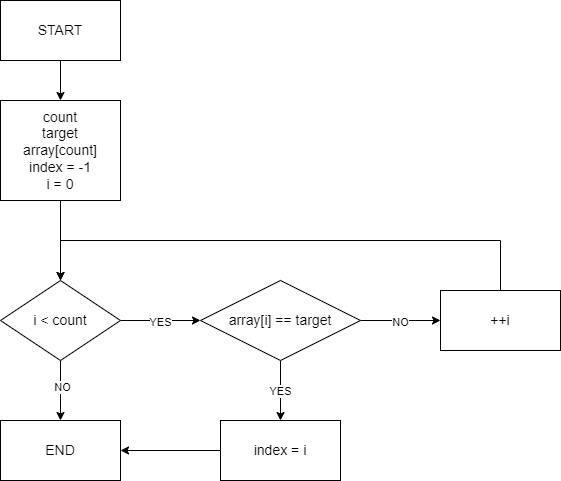
KATEHOK/par_prog-2 keeps this draw.io diagram as diagram/algorithm.png. Above is the earlier version. Source tidied: cells renumbered, new cells last; positions are measured from the earlier drawing's top-left corner, leaving out a move shared by most shapes. Its diagram source:
```xml
<mxGraphModel>
  <root>
    <mxCell id="0" />
    <mxCell id="1" parent="0" />
    <mxCell id="2" style="edgeStyle=orthogonalEdgeStyle;rounded=0;jettySize=auto;html=1;" parent="1" edge="1" source="3" target="5">
      <mxGeometry relative="1" as="geometry" />
    </mxCell>
    <mxCell id="3" value="&lt;font style=&quot;font-size: 14px;&quot;&gt;START&lt;/font&gt;" style="rounded=0;whiteSpace=wrap;html=1;" parent="1" vertex="1">
      <mxGeometry width="120" height="60" as="geometry" />
    </mxCell>
    <mxCell id="4" style="edgeStyle=orthogonalEdgeStyle;rounded=0;jettySize=auto;html=1;" parent="1" edge="1" source="5" target="10">
      <mxGeometry relative="1" as="geometry" />
    </mxCell>
    <mxCell id="5" value="&lt;font style=&quot;font-size: 14px;&quot;&gt;count&lt;br&gt;target&lt;br&gt;array[count]&lt;br&gt;index = -1&lt;br&gt;i = 0&lt;/font&gt;" style="rounded=0;whiteSpace=wrap;html=1;" parent="1" vertex="1">
      <mxGeometry y="100" width="120" height="100" as="geometry" />
    </mxCell>
    <mxCell id="6" style="edgeStyle=orthogonalEdgeStyle;rounded=0;jettySize=auto;html=1;" parent="1" edge="1" source="10" target="15">
      <mxGeometry relative="1" as="geometry" />
    </mxCell>
    <mxCell id="7" value="YES" style="edgeLabel;html=1;align=center;verticalAlign=middle;" parent="6" vertex="1">
      <mxGeometry x="-0.03" y="-1" relative="1" as="geometry" />
    </mxCell>
    <mxCell id="8" style="edgeStyle=orthogonalEdgeStyle;rounded=0;jettySize=auto;html=1;" parent="1" edge="1" source="10" target="20">
      <mxGeometry relative="1" as="geometry" />
    </mxCell>
    <mxCell id="9" value="NO" style="edgeLabel;html=1;align=center;verticalAlign=middle;" parent="8" vertex="1">
      <mxGeometry x="-0.13" y="1" relative="1" as="geometry" />
    </mxCell>
    <mxCell id="10" value="&lt;font style=&quot;font-size: 14px;&quot;&gt;i &amp;lt; count&lt;/font&gt;" style="rhombus;whiteSpace=wrap;html=1;" parent="1" vertex="1">
      <mxGeometry y="280" width="120" height="80" as="geometry" />
    </mxCell>
    <mxCell id="11" style="edgeStyle=orthogonalEdgeStyle;rounded=0;jettySize=auto;html=1;" parent="1" edge="1" source="15" target="17">
      <mxGeometry relative="1" as="geometry" />
    </mxCell>
    <mxCell id="12" value="NO" style="edgeLabel;html=1;align=center;verticalAlign=middle;" parent="11" vertex="1">
      <mxGeometry x="-0.03" y="-1" relative="1" as="geometry" />
    </mxCell>
    <mxCell id="13" style="edgeStyle=orthogonalEdgeStyle;rounded=0;jettySize=auto;html=1;" parent="1" edge="1" source="15" target="19">
      <mxGeometry relative="1" as="geometry" />
    </mxCell>
    <mxCell id="14" value="YES" style="edgeLabel;html=1;align=center;verticalAlign=middle;" parent="13" vertex="1">
      <mxGeometry y="-1" relative="1" as="geometry" />
    </mxCell>
    <mxCell id="15" value="&lt;font style=&quot;font-size: 14px;&quot;&gt;array[i] == target&lt;/font&gt;" style="rhombus;whiteSpace=wrap;html=1;" parent="1" vertex="1">
      <mxGeometry x="200" y="280" width="160" height="80" as="geometry" />
    </mxCell>
    <mxCell id="16" style="edgeStyle=orthogonalEdgeStyle;rounded=0;jettySize=auto;html=1;exitX=0.5;exitY=0;exitDx=0;exitDy=0;entryX=0.5;entryY=0;entryDx=0;entryDy=0;" parent="1" edge="1" source="17" target="10">
      <mxGeometry relative="1" as="geometry">
        <Array as="points">
          <mxPoint x="500" y="240" />
          <mxPoint x="60" y="240" />
        </Array>
      </mxGeometry>
    </mxCell>
    <mxCell id="17" value="&lt;font style=&quot;font-size: 14px;&quot;&gt;++i&lt;/font&gt;" style="rounded=0;whiteSpace=wrap;html=1;" parent="1" vertex="1">
      <mxGeometry x="440" y="290" width="120" height="60" as="geometry" />
    </mxCell>
    <mxCell id="18" style="edgeStyle=orthogonalEdgeStyle;rounded=0;jettySize=auto;html=1;" parent="1" edge="1" source="19" target="20">
      <mxGeometry relative="1" as="geometry" />
    </mxCell>
    <mxCell id="19" value="&lt;font style=&quot;font-size: 14px;&quot;&gt;index = i&lt;/font&gt;" style="rounded=0;whiteSpace=wrap;html=1;" parent="1" vertex="1">
      <mxGeometry x="220" y="420" width="120" height="60" as="geometry" />
    </mxCell>
    <mxCell id="20" value="&lt;font style=&quot;font-size: 14px;&quot;&gt;END&lt;/font&gt;" style="rounded=0;whiteSpace=wrap;html=1;" parent="1" vertex="1">
      <mxGeometry y="420" width="120" height="60" as="geometry" />
    </mxCell>
  </root>
</mxGraphModel>
```
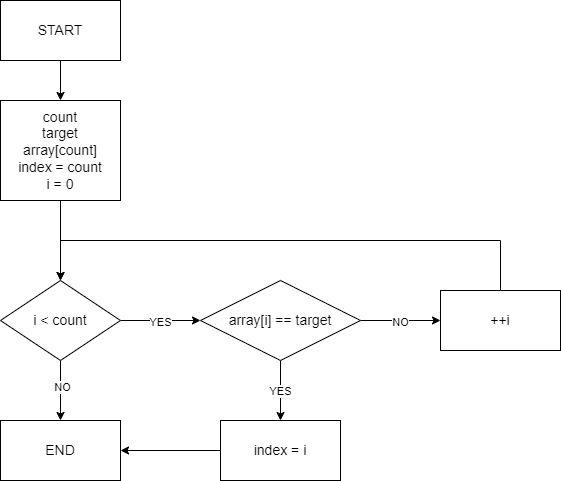
Above is the later version.

What changed in the source:
```diff
@@ -11,7 +11,7 @@
     <mxCell id="4" style="edgeStyle=orthogonalEdgeStyle;rounded=0;jettySize=auto;html=1;" parent="1" edge="1" source="5" target="10">
       <mxGeometry relative="1" as="geometry" />
     </mxCell>
-    <mxCell id="5" value="&lt;font style=&quot;font-size: 14px;&quot;&gt;count&lt;br&gt;target&lt;br&gt;array[count]&lt;br&gt;index = -1&lt;br&gt;i = 0&lt;/font&gt;" style="rounded=0;whiteSpace=wrap;html=1;" parent="1" vertex="1">
+    <mxCell id="5" value="&lt;font style=&quot;font-size: 14px;&quot;&gt;count&lt;br&gt;target&lt;br&gt;array[count]&lt;br&gt;index = count&lt;br&gt;i = 0&lt;/font&gt;" style="rounded=0;whiteSpace=wrap;html=1;" parent="1" vertex="1">
       <mxGeometry y="100" width="120" height="100" as="geometry" />
     </mxCell>
     <mxCell id="6" style="edgeStyle=orthogonalEdgeStyle;rounded=0;jettySize=auto;html=1;" parent="1" edge="1" source="10" target="15">
```
